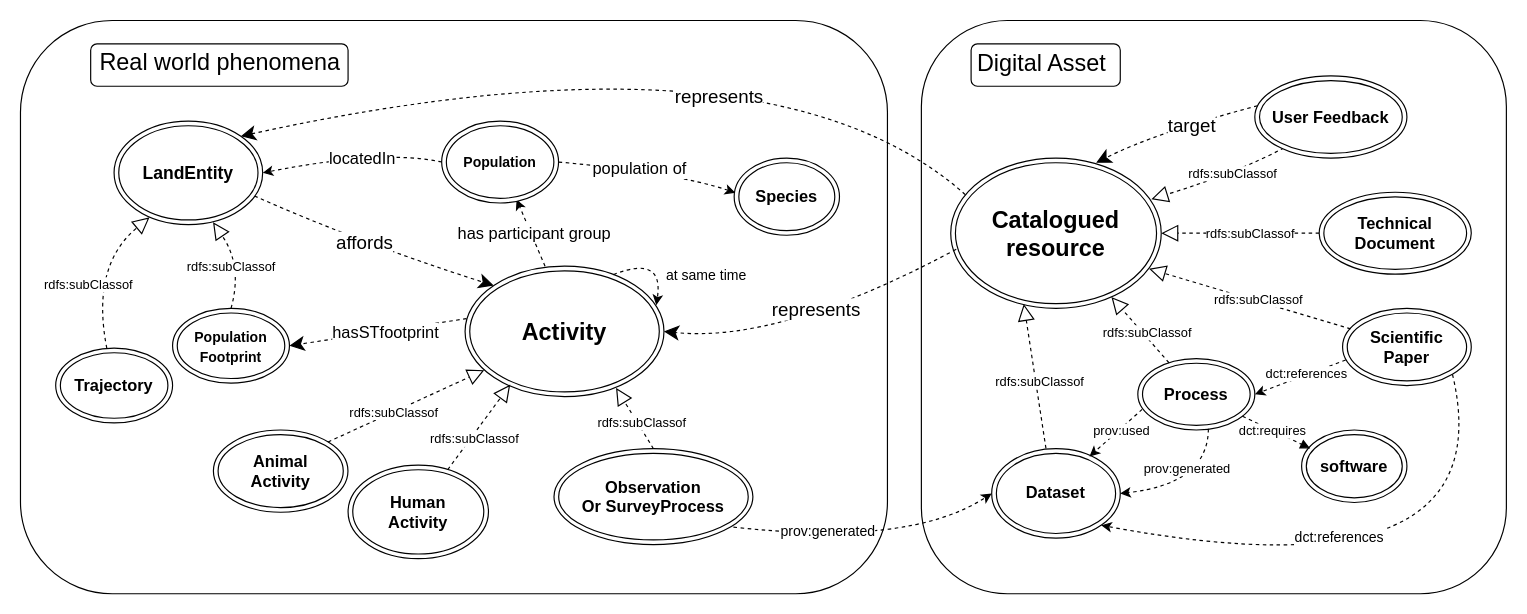
The draw.io diagram page "figure 2" (3 of 6) of docs/diagrams/model_KG_article_long.drawio in IntForOut/outdoorPressure, before the edit. Source tidied: cells renumbered, new cells numbered last; positions are measured from the earlier drawing's top-left corner, leaving out a move shared by most shapes. Both pictures are drawn from the tidied source at 117%, with x=0, y=0 at pixel (20, 20).
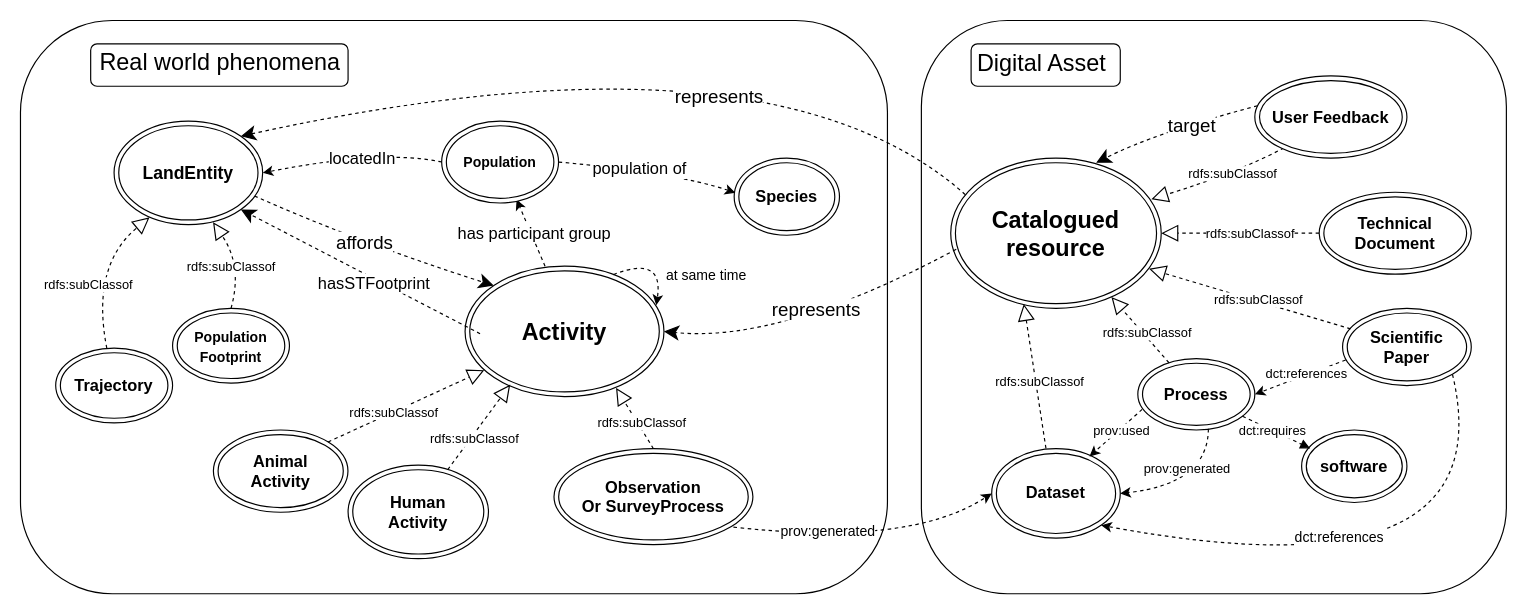
The same diagram, later.

Unchanged cells that the change refers to:
```xml
<mxCell id="16" value="&lt;b&gt;&lt;font style=&quot;font-size: 15px;&quot;&gt;LandEntity&lt;/font&gt;&lt;/b&gt;" style="ellipse;shape=doubleEllipse;whiteSpace=wrap;html=1;fontSize=14;" parent="1" vertex="1">
  <mxGeometry x="80" y="86" width="127" height="88.5" as="geometry" />
</mxCell>
<mxCell id="19" value="&lt;b&gt;&lt;font style=&quot;font-size: 20px;&quot;&gt;Activity&lt;/font&gt;&lt;/b&gt;" style="ellipse;shape=doubleEllipse;whiteSpace=wrap;html=1;fontSize=14;" parent="1" vertex="1">
  <mxGeometry x="380" y="210" width="170" height="111.5" as="geometry" />
</mxCell>
<mxCell id="68" value="&lt;b&gt;&lt;font style=&quot;font-size: 12px;&quot;&gt;Population&lt;/font&gt;&lt;/b&gt;&lt;div&gt;&lt;b&gt;&lt;font style=&quot;font-size: 12px;&quot;&gt;Footprint&lt;/font&gt;&lt;/b&gt;&lt;/div&gt;" style="ellipse;shape=doubleEllipse;whiteSpace=wrap;html=1;fontSize=14;" parent="1" vertex="1">
  <mxGeometry x="130" y="246" width="99.9" height="64" as="geometry" />
</mxCell>
```

What changed in the source:
```diff
@@
-    <mxCell id="69" style="edgeStyle=none;html=1;entryX=1;entryY=0.5;entryDx=0;entryDy=0;dashed=1;rounded=0;curved=1;exitX=0.007;exitY=0.402;exitDx=0;exitDy=0;exitPerimeter=0;endSize=10;" parent="1" edge="1" source="19" target="68">
-      <mxGeometry relative="1" as="geometry" />
+    <mxCell id="69" style="edgeStyle=none;html=1;entryX=1;entryY=1;entryDx=0;entryDy=0;dashed=1;rounded=0;curved=1;exitX=0.007;exitY=0.402;exitDx=0;exitDy=0;exitPerimeter=0;endSize=10;" parent="1" edge="1" target="16">
+      <mxGeometry relative="1" as="geometry">
+        <mxPoint x="392.8" y="267.7" as="sourcePoint" />
+      </mxGeometry>
     </mxCell>
-    <mxCell id="70" value="&lt;font style=&quot;font-size: 14px;&quot;&gt;hasSTfootprint&lt;/font&gt;" style="edgeLabel;html=1;align=center;verticalAlign=middle;" parent="69" vertex="1">
+    <mxCell id="70" value="&lt;font style=&quot;font-size: 14px;&quot;&gt;hasSTFootprint&lt;/font&gt;" style="edgeLabel;html=1;align=center;verticalAlign=middle;" parent="69" vertex="1">
       <mxGeometry x="-0.14" y="-1" relative="1" as="geometry">
         <mxPoint x="-4" y="3" as="offset" />
       </mxGeometry>
     </mxCell>
```
